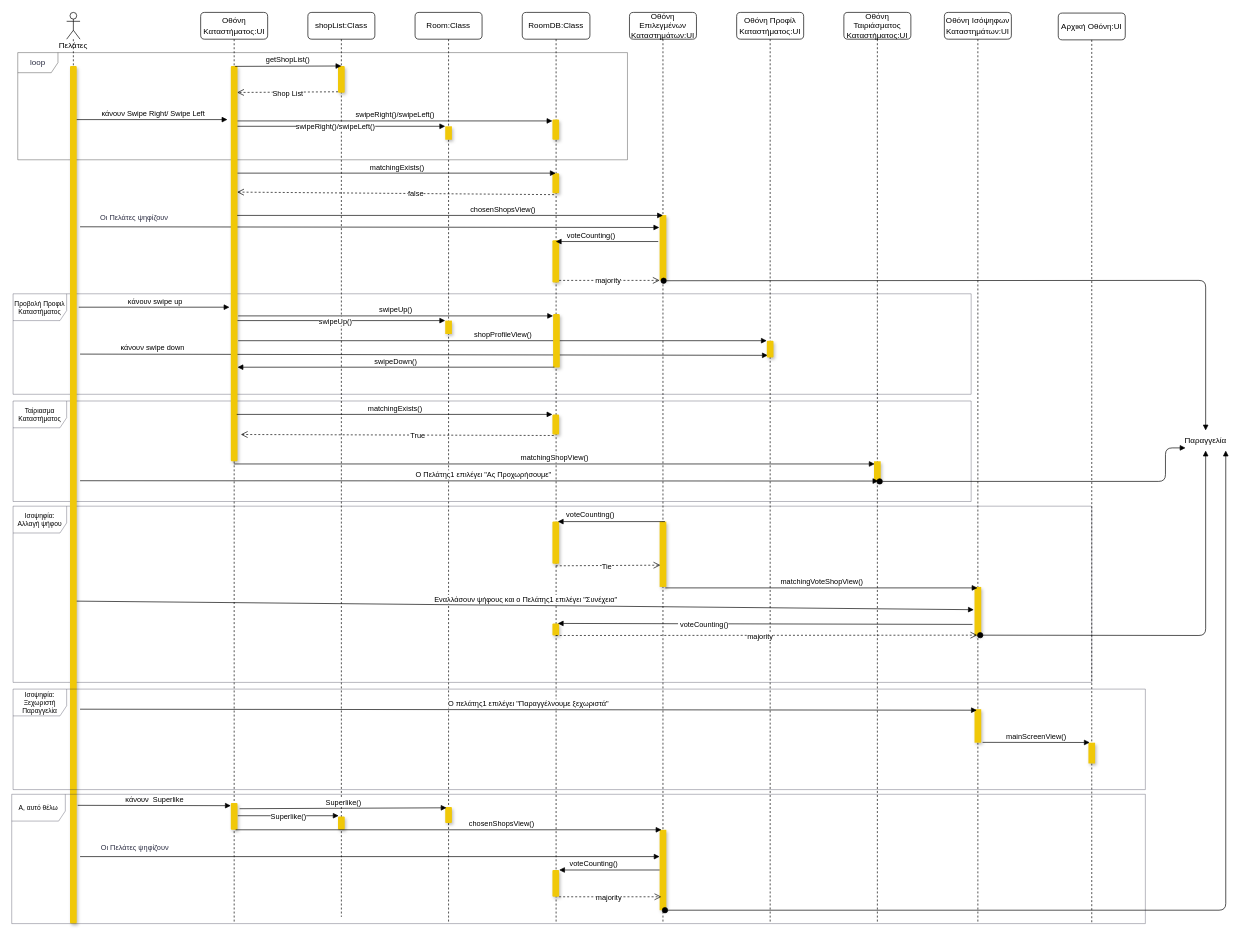
The draw.io diagram docs/contributions/AthanasiaZ/Writing-Charts/Phase5/User Team Choice Shop/Team_Choice_Shop_Sequence.drawio in iloudaros/nomnomr, before the edit. Source tidied: cells renumbered, new cells numbered last; positions are measured from the earlier drawing's top-left corner, leaving out a move shared by most shapes. Both pictures are drawn from the tidied source at 67%, with x=0, y=0 at pixel (11, 12).
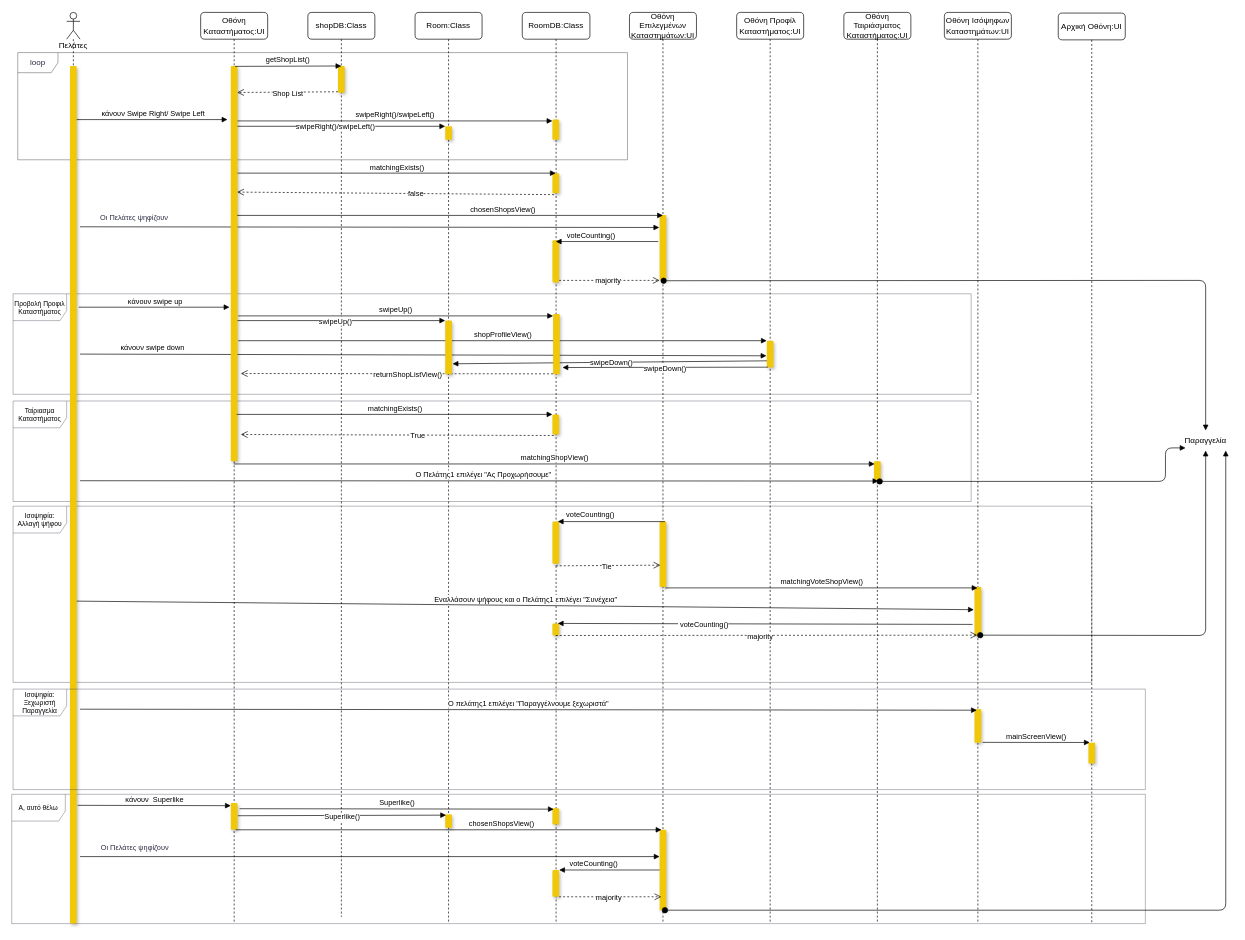
Above is the later version.

Commit message (it also covers changes not shown here):
class names corrections

The change refers to these unchanged cells:
```xml
<mxCell id="11" value="Οθόνη Καταστήματος:UI" style="shape=umlLifeline;perimeter=lifelinePerimeter;whiteSpace=wrap;html=1;outlineConnect=0;rounded=1;shadow=0;fillColor=#FFFFFF;" parent="1" vertex="1">
  <mxGeometry x="282" width="100" height="1360" as="geometry" />
</mxCell>
<mxCell id="13" style="html=1;points=[];perimeter=orthogonalPerimeter;rounded=1;shadow=1;fillColor=#F0C808;strokeColor=none;" parent="11" vertex="1">
  <mxGeometry x="45" y="80" width="10" height="590" as="geometry" />
</mxCell>
<mxCell id="21" value="Οθόνη Προφίλ Καταστήματος:UI" style="shape=umlLifeline;perimeter=lifelinePerimeter;whiteSpace=wrap;html=1;rounded=1;shadow=0;fillColor=#FFFFFF;" parent="1" vertex="1">
  <mxGeometry x="1082" width="100" height="1360" as="geometry" />
</mxCell>
<mxCell id="34" value="Room:Class" style="shape=umlLifeline;perimeter=lifelinePerimeter;whiteSpace=wrap;html=1;rounded=1;shadow=0;fillColor=#FFFFFF;" parent="1" vertex="1">
  <mxGeometry x="602" width="100" height="1360" as="geometry" />
</mxCell>
<mxCell id="39" value="RoomDB:Class" style="shape=umlLifeline;perimeter=lifelinePerimeter;whiteSpace=wrap;html=1;outlineConnect=0;rounded=1;shadow=0;fillColor=#FFFFFF;" parent="1" vertex="1">
  <mxGeometry x="762" width="101" height="1360" as="geometry" />
</mxCell>
```

Diff of the diagram source:
```diff
@@
+    <mxCell id="85" value="swipeDown()" style="html=1;verticalAlign=bottom;endArrow=block;rounded=0;exitX=0.5;exitY=0.75;exitDx=0;exitDy=0;exitPerimeter=0;entryX=1.1;entryY=0.806;entryDx=0;entryDy=0;entryPerimeter=0;" parent="1" edge="1" source="22" target="36">
+      <mxGeometry y="10" relative="1" as="geometry" />
+    </mxCell>
+    <mxCell id="84" value="A, αυτό θέλω" style="shape=umlFrame;whiteSpace=wrap;html=1;rounded=0;shadow=0;fontSize=10;strokeColor=#2B2D42;strokeWidth=0.5;fillColor=#FFFFFF;width=80;height=40;" parent="1" vertex="1">
+      <mxGeometry y="1167" width="1692" height="193" as="geometry" />
+    </mxCell>
@@
-    <mxCell id="12" value="κάνουν swipe down" style="html=1;verticalAlign=bottom;endArrow=block;rounded=0;entryX=0.15;entryY=0.875;entryDx=0;entryDy=0;entryPerimeter=0;" parent="11" edge="1" target="22">
+    <mxCell id="12" value="κάνουν swipe down" style="html=1;verticalAlign=bottom;endArrow=block;rounded=0;entryX=-0.05;entryY=0.563;entryDx=0;entryDy=0;entryPerimeter=0;" parent="11" edge="1" target="22">
       <mxGeometry x="-0.79" relative="1" as="geometry">
         <mxPoint x="-180" y="510" as="sourcePoint" />
       </mxGeometry>
     </mxCell>
@@
-    <mxCell id="15" value="shopList:Class" style="shape=umlLifeline;perimeter=lifelinePerimeter;whiteSpace=wrap;html=1;rounded=1;shadow=0;fillColor=#FFFFFF;" parent="1" vertex="1">
+    <mxCell id="15" value="shopDB:Class" style="shape=umlLifeline;perimeter=lifelinePerimeter;whiteSpace=wrap;html=1;rounded=1;shadow=0;fillColor=#FFFFFF;" parent="1" vertex="1">
       <mxGeometry x="442" width="100" height="1350" as="geometry" />
     </mxCell>
@@
-    <mxCell id="20" style="html=1;points=[];perimeter=orthogonalPerimeter;rounded=1;shadow=1;fillColor=#F0C808;strokeColor=none;" parent="15" vertex="1">
-      <mxGeometry x="45" y="1200" width="10" height="20" as="geometry" />
-    </mxCell>
+    <mxCell id="86" value="returnShopListView()" style="html=1;verticalAlign=bottom;endArrow=open;dashed=1;endSize=8;rounded=0;exitX=0;exitY=0.994;exitDx=0;exitDy=0;exitPerimeter=0;" parent="15" edge="1" source="64">
+      <mxGeometry x="-0.07" y="11" relative="1" as="geometry">
+        <mxPoint x="-100" y="539" as="targetPoint" />
+      </mxGeometry>
+    </mxCell>
@@
     <mxCell id="22" style="html=1;points=[];perimeter=orthogonalPerimeter;rounded=1;shadow=1;fillColor=#F0C808;strokeColor=none;" parent="21" vertex="1">
-      <mxGeometry x="45" y="490" width="10" height="25" as="geometry" />
+      <mxGeometry x="45" y="490" width="10" height="40" as="geometry" />
     </mxCell>
@@
     <mxCell id="36" style="html=1;points=[];perimeter=orthogonalPerimeter;rounded=0;shadow=1;fillColor=#F0C808;strokeColor=none;arcSize=50;" parent="34" vertex="1">
-      <mxGeometry x="45" y="460" width="10" height="20" as="geometry" />
+      <mxGeometry x="45" y="460" width="10" height="80" as="geometry" />
     </mxCell>
@@
-    <mxCell id="38" style="html=1;points=[];perimeter=orthogonalPerimeter;rounded=1;shadow=1;fillColor=#F0C808;strokeColor=none;" parent="34" vertex="1">
-      <mxGeometry x="45" y="1186" width="10" height="24" as="geometry" />
-    </mxCell>
+    <mxCell id="20" style="html=1;points=[];perimeter=orthogonalPerimeter;rounded=1;shadow=1;fillColor=#F0C808;strokeColor=none;arcSize=0;" parent="34" vertex="1">
+      <mxGeometry x="45" y="1197" width="10" height="20" as="geometry" />
+    </mxCell>
@@
+    <mxCell id="38" style="html=1;points=[];perimeter=orthogonalPerimeter;rounded=1;shadow=1;fillColor=#F0C808;strokeColor=none;" parent="39" vertex="1">
+      <mxGeometry x="45" y="1188" width="10" height="24" as="geometry" />
+    </mxCell>
@@
     <mxCell id="64" style="html=1;points=[];perimeter=orthogonalPerimeter;rounded=1;shadow=1;fillColor=#F0C808;strokeColor=none;" parent="1" vertex="1">
-      <mxGeometry x="808" y="450" width="10" height="80" as="geometry" />
+      <mxGeometry x="808" y="450" width="10" height="90" as="geometry" />
     </mxCell>
@@
-    <mxCell id="66" value="swipeDown()" style="html=1;verticalAlign=bottom;endArrow=block;rounded=0;exitX=0.2;exitY=0.994;exitDx=0;exitDy=0;exitPerimeter=0;entryX=1;entryY=0.762;entryDx=0;entryDy=0;entryPerimeter=0;" parent="1" edge="1" source="64" target="13">
-      <mxGeometry relative="1" as="geometry" />
+    <mxCell id="66" value="swipeDown()" style="html=1;verticalAlign=bottom;endArrow=block;rounded=0;exitX=0.2;exitY=0.988;exitDx=0;exitDy=0;exitPerimeter=0;" parent="1" edge="1" source="22">
+      <mxGeometry y="10" relative="1" as="geometry">
+        <mxPoint x="822" y="530" as="targetPoint" />
+      </mxGeometry>
     </mxCell>
@@
-    <mxCell id="82" value="Superlike()" style="html=1;verticalAlign=bottom;endArrow=block;rounded=0;" parent="1" edge="1">
+    <mxCell id="82" value="Superlike()" style="html=1;verticalAlign=bottom;endArrow=block;rounded=0;entryX=0.129;entryY=0.057;entryDx=0;entryDy=0;entryPerimeter=0;" parent="1" edge="1" target="20">
       <mxGeometry x="-0.01" y="-11" relative="1" as="geometry">
         <mxPoint x="337.5" y="1199" as="sourcePoint" />
-        <mxPoint x="488" y="1199" as="targetPoint" />
         <mxPoint x="1" as="offset" />
       </mxGeometry>
     </mxCell>
@@
-    <mxCell id="84" value="A, αυτό θέλω" style="shape=umlFrame;whiteSpace=wrap;html=1;rounded=0;shadow=0;fontSize=10;strokeColor=#2B2D42;strokeWidth=0.5;fillColor=#FFFFFF;width=80;height=40;" parent="1" vertex="1">
-      <mxGeometry y="1167" width="1692" height="193" as="geometry" />
-    </mxCell>
```
